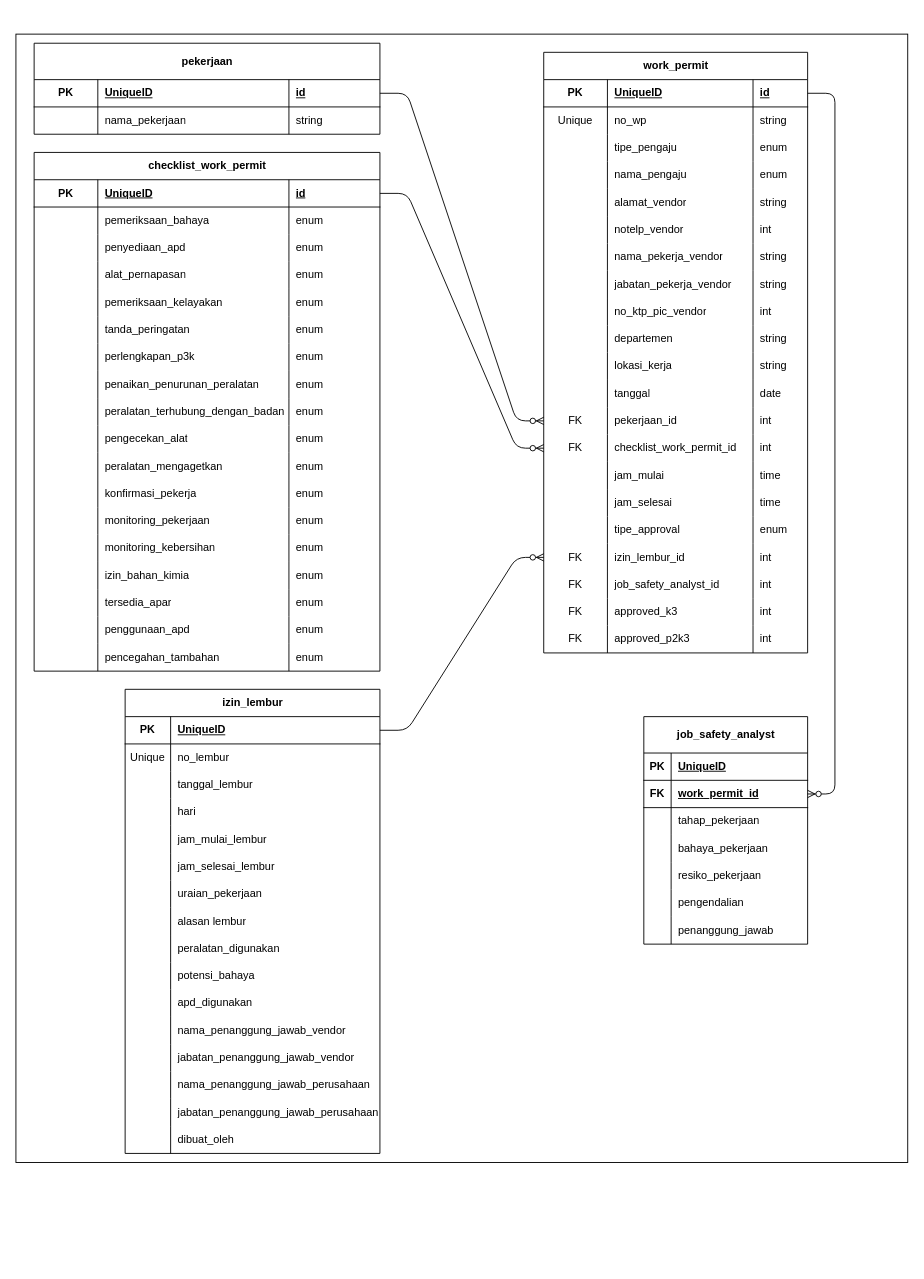
Earlier version of the draw.io diagram erd.drawio (Okaarunn/k3-jayamas). Source tidied: cells renumbered, new cells numbered last; positions are measured from the earlier drawing's top-left corner, leaving out a move shared by most shapes. Both pictures are drawn from the tidied source at 91%, with x=0, y=0 at pixel (15, 20).
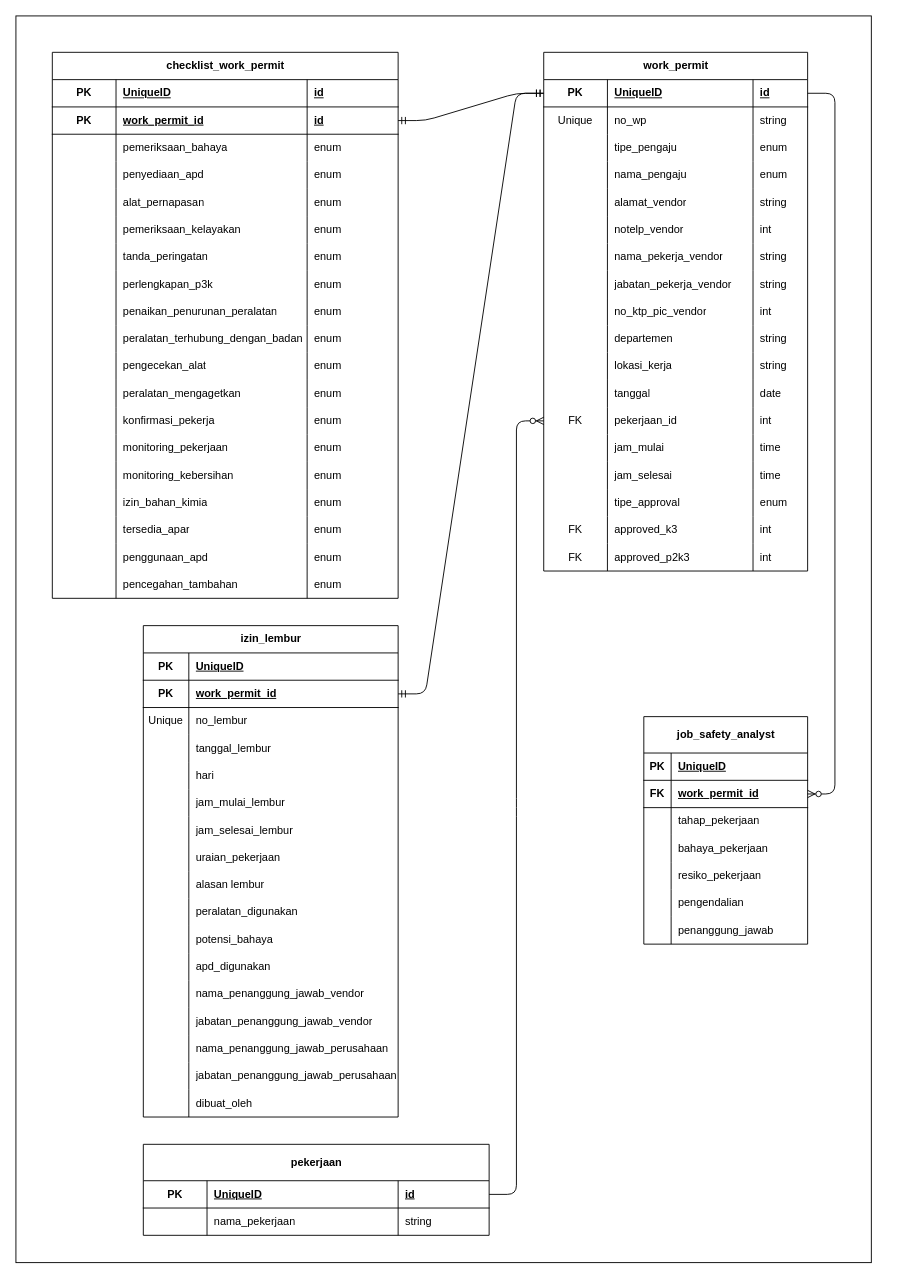
Above is the later version.

The change refers to these unchanged cells:
```xml
<mxCell id="4" style="shape=tableRow;horizontal=0;startSize=0;swimlaneHead=0;swimlaneBody=0;fillColor=none;points=[[0,0.5],[1,0.5]];portConstraint=eastwest;top=0;left=0;right=0;bottom=1;" parent="3" vertex="1">
  <mxGeometry y="30" width="280" height="30" as="geometry" />
</mxCell>
<mxCell id="62" style="shape=tableRow;horizontal=0;startSize=0;swimlaneHead=0;swimlaneBody=0;fillColor=none;points=[[0,0.5],[1,0.5]];portConstraint=eastwest;top=0;left=0;right=0;bottom=1;" parent="61" vertex="1">
  <mxGeometry y="30" width="380" height="30" as="geometry" />
</mxCell>
<mxCell id="135" style="shape=tableRow;horizontal=0;startSize=0;swimlaneHead=0;swimlaneBody=0;fillColor=none;points=[[0,0.5],[1,0.5]];portConstraint=eastwest;top=0;left=0;right=0;bottom=1;" parent="134" vertex="1">
  <mxGeometry y="30" width="290" height="30" as="geometry" />
</mxCell>
```

What changed in the source:
```diff
@@
     <mxCell id="2" style="rounded=0;whiteSpace=wrap;html=1;" parent="1" vertex="1">
-      <mxGeometry y="15" width="980" height="1240" as="geometry" />
+      <mxGeometry y="-5" width="940" height="1370" as="geometry" />
     </mxCell>
     <mxCell id="3" value="izin_lembur" style="shape=table;startSize=30;childLayout=tableLayout;rowLines=0;fontStyle=1;align=center;html=1;" parent="1" vertex="1">
-      <mxGeometry x="120" y="735" width="280" height="510" as="geometry" />
+      <mxGeometry x="140" y="665" width="280" height="540" as="geometry" />
     </mxCell>
@@
+    <mxCell id="245" style="shape=tableRow;horizontal=0;startSize=0;swimlaneHead=0;swimlaneBody=0;fillColor=none;points=[[0,0.5],[1,0.5]];portConstraint=eastwest;top=0;left=0;right=0;bottom=1;" parent="3" vertex="1">
+      <mxGeometry y="60" width="280" height="30" as="geometry" />
+    </mxCell>
+    <mxCell id="246" value="PK" style="shape=partialRectangle;fillColor=none;top=0;left=0;bottom=0;right=0;fontStyle=1;overflow=hidden;whiteSpace=wrap;html=1;" parent="245" vertex="1">
+      <mxGeometry width="50" height="30" as="geometry" />
+    </mxCell>
+    <mxCell id="247" value="work_permit_id" style="shape=partialRectangle;fillColor=none;top=0;left=0;bottom=0;right=0;align=left;spacingLeft=6;fontStyle=5;overflow=hidden;whiteSpace=wrap;html=1;" parent="245" vertex="1">
+      <mxGeometry x="50" width="230" height="30" as="geometry" />
+    </mxCell>
     <mxCell id="7" style="shape=tableRow;horizontal=0;startSize=0;swimlaneHead=0;swimlaneBody=0;fillColor=none;top=0;left=0;right=0;bottom=0;" parent="3" vertex="1">
-      <mxGeometry y="60" width="280" height="30" as="geometry" />
+      <mxGeometry y="90" width="280" height="30" as="geometry" />
     </mxCell>
@@
     <mxCell id="10" style="shape=tableRow;horizontal=0;startSize=0;swimlaneHead=0;swimlaneBody=0;fillColor=none;top=0;left=0;right=0;bottom=0;" parent="3" vertex="1">
-      <mxGeometry y="90" width="280" height="30" as="geometry" />
+      <mxGeometry y="120" width="280" height="30" as="geometry" />
     </mxCell>
@@
     <mxCell id="13" style="shape=tableRow;horizontal=0;startSize=0;swimlaneHead=0;swimlaneBody=0;fillColor=none;top=0;left=0;right=0;bottom=0;" parent="3" vertex="1">
-      <mxGeometry y="120" width="280" height="30" as="geometry" />
+      <mxGeometry y="150" width="280" height="30" as="geometry" />
     </mxCell>
@@
     <mxCell id="16" style="shape=tableRow;horizontal=0;startSize=0;swimlaneHead=0;swimlaneBody=0;fillColor=none;top=0;left=0;right=0;bottom=0;" parent="3" vertex="1">
-      <mxGeometry y="150" width="280" height="30" as="geometry" />
+      <mxGeometry y="180" width="280" height="30" as="geometry" />
     </mxCell>
@@
     <mxCell id="19" style="shape=tableRow;horizontal=0;startSize=0;swimlaneHead=0;swimlaneBody=0;fillColor=none;top=0;left=0;right=0;bottom=0;" parent="3" vertex="1">
-      <mxGeometry y="180" width="280" height="30" as="geometry" />
+      <mxGeometry y="210" width="280" height="30" as="geometry" />
     </mxCell>
@@
     <mxCell id="22" style="shape=tableRow;horizontal=0;startSize=0;swimlaneHead=0;swimlaneBody=0;fillColor=none;top=0;left=0;right=0;bottom=0;" parent="3" vertex="1">
-      <mxGeometry y="210" width="280" height="30" as="geometry" />
+      <mxGeometry y="240" width="280" height="30" as="geometry" />
     </mxCell>
@@
     <mxCell id="25" style="shape=tableRow;horizontal=0;startSize=0;swimlaneHead=0;swimlaneBody=0;fillColor=none;top=0;left=0;right=0;bottom=0;" parent="3" vertex="1">
-      <mxGeometry y="240" width="280" height="30" as="geometry" />
+      <mxGeometry y="270" width="280" height="30" as="geometry" />
     </mxCell>
@@
     <mxCell id="28" style="shape=tableRow;horizontal=0;startSize=0;swimlaneHead=0;swimlaneBody=0;fillColor=none;top=0;left=0;right=0;bottom=0;" parent="3" vertex="1">
-      <mxGeometry y="270" width="280" height="30" as="geometry" />
+      <mxGeometry y="300" width="280" height="30" as="geometry" />
     </mxCell>
@@
     <mxCell id="31" style="shape=tableRow;horizontal=0;startSize=0;swimlaneHead=0;swimlaneBody=0;fillColor=none;top=0;left=0;right=0;bottom=0;" parent="3" vertex="1">
-      <mxGeometry y="300" width="280" height="30" as="geometry" />
+      <mxGeometry y="330" width="280" height="30" as="geometry" />
     </mxCell>
@@
     <mxCell id="34" style="shape=tableRow;horizontal=0;startSize=0;swimlaneHead=0;swimlaneBody=0;fillColor=none;top=0;left=0;right=0;bottom=0;" parent="3" vertex="1">
-      <mxGeometry y="330" width="280" height="30" as="geometry" />
+      <mxGeometry y="360" width="280" height="30" as="geometry" />
     </mxCell>
@@
     <mxCell id="37" style="shape=tableRow;horizontal=0;startSize=0;swimlaneHead=0;swimlaneBody=0;fillColor=none;top=0;left=0;right=0;bottom=0;" parent="3" vertex="1">
-      <mxGeometry y="360" width="280" height="30" as="geometry" />
+      <mxGeometry y="390" width="280" height="30" as="geometry" />
     </mxCell>
@@
     <mxCell id="40" style="shape=tableRow;horizontal=0;startSize=0;swimlaneHead=0;swimlaneBody=0;fillColor=none;top=0;left=0;right=0;bottom=0;" parent="3" vertex="1">
-      <mxGeometry y="390" width="280" height="30" as="geometry" />
+      <mxGeometry y="420" width="280" height="30" as="geometry" />
     </mxCell>
@@
     <mxCell id="43" style="shape=tableRow;horizontal=0;startSize=0;swimlaneHead=0;swimlaneBody=0;fillColor=none;top=0;left=0;right=0;bottom=0;" parent="3" vertex="1">
-      <mxGeometry y="420" width="280" height="30" as="geometry" />
+      <mxGeometry y="450" width="280" height="30" as="geometry" />
     </mxCell>
@@
     <mxCell id="46" style="shape=tableRow;horizontal=0;startSize=0;swimlaneHead=0;swimlaneBody=0;fillColor=none;top=0;left=0;right=0;bottom=0;" parent="3" vertex="1">
-      <mxGeometry y="450" width="280" height="30" as="geometry" />
+      <mxGeometry y="480" width="280" height="30" as="geometry" />
     </mxCell>
@@
     <mxCell id="49" style="shape=tableRow;horizontal=0;startSize=0;swimlaneHead=0;swimlaneBody=0;fillColor=none;top=0;left=0;right=0;bottom=0;" parent="3" vertex="1">
-      <mxGeometry y="480" width="280" height="30" as="geometry" />
+      <mxGeometry y="510" width="280" height="30" as="geometry" />
     </mxCell>
@@
     <mxCell id="52" value="pekerjaan" style="shape=table;startSize=40;childLayout=tableLayout;rowLines=0;fontStyle=1;align=center;html=1;" parent="1" vertex="1">
-      <mxGeometry x="20" y="25" width="380" height="100" as="geometry" />
+      <mxGeometry x="140" y="1235" width="380" height="100" as="geometry" />
     </mxCell>
@@
     <mxCell id="61" value="checklist_work_permit" style="shape=table;startSize=30;childLayout=tableLayout;rowLines=0;fontStyle=1;align=center;html=1;" parent="1" vertex="1">
-      <mxGeometry x="20" y="145" width="380" height="570" as="geometry" />
+      <mxGeometry x="40" y="35" width="380" height="600" as="geometry" />
     </mxCell>
@@
+    <mxCell id="248" style="shape=tableRow;horizontal=0;startSize=0;swimlaneHead=0;swimlaneBody=0;fillColor=none;points=[[0,0.5],[1,0.5]];portConstraint=eastwest;top=0;left=0;right=0;bottom=1;" parent="61" vertex="1">
+      <mxGeometry y="60" width="380" height="30" as="geometry" />
+    </mxCell>
+    <mxCell id="249" value="PK" style="shape=partialRectangle;fillColor=none;top=0;left=0;bottom=0;right=0;fontStyle=1;overflow=hidden;whiteSpace=wrap;html=1;" parent="248" vertex="1">
+      <mxGeometry width="70" height="30" as="geometry" />
+    </mxCell>
+    <mxCell id="250" value="work_permit_id" style="shape=partialRectangle;fillColor=none;top=0;left=0;bottom=0;right=0;align=left;spacingLeft=6;fontStyle=5;overflow=hidden;whiteSpace=wrap;html=1;" parent="248" vertex="1">
+      <mxGeometry x="70" width="210" height="30" as="geometry" />
+    </mxCell>
+    <mxCell id="251" value="id" style="shape=partialRectangle;fillColor=none;top=0;left=0;bottom=0;right=0;align=left;spacingLeft=6;fontStyle=5;overflow=hidden;whiteSpace=wrap;html=1;" parent="248" vertex="1">
+      <mxGeometry x="280" width="100" height="30" as="geometry" />
+    </mxCell>
     <mxCell id="66" style="shape=tableRow;horizontal=0;startSize=0;swimlaneHead=0;swimlaneBody=0;fillColor=none;top=0;left=0;right=0;bottom=0;" parent="61" vertex="1">
-      <mxGeometry y="60" width="380" height="30" as="geometry" />
+      <mxGeometry y="90" width="380" height="30" as="geometry" />
     </mxCell>
@@
     <mxCell id="70" style="shape=tableRow;horizontal=0;startSize=0;swimlaneHead=0;swimlaneBody=0;fillColor=none;top=0;left=0;right=0;bottom=0;" parent="61" vertex="1">
-      <mxGeometry y="90" width="380" height="30" as="geometry" />
+      <mxGeometry y="120" width="380" height="30" as="geometry" />
     </mxCell>
@@
     <mxCell id="74" style="shape=tableRow;horizontal=0;startSize=0;swimlaneHead=0;swimlaneBody=0;fillColor=none;top=0;left=0;right=0;bottom=0;" parent="61" vertex="1">
-      <mxGeometry y="120" width="380" height="30" as="geometry" />
+      <mxGeometry y="150" width="380" height="30" as="geometry" />
     </mxCell>
@@
     <mxCell id="78" style="shape=tableRow;horizontal=0;startSize=0;swimlaneHead=0;swimlaneBody=0;fillColor=none;top=0;left=0;right=0;bottom=0;" parent="61" vertex="1">
-      <mxGeometry y="150" width="380" height="30" as="geometry" />
+      <mxGeometry y="180" width="380" height="30" as="geometry" />
     </mxCell>
@@
     <mxCell id="82" style="shape=tableRow;horizontal=0;startSize=0;swimlaneHead=0;swimlaneBody=0;fillColor=none;top=0;left=0;right=0;bottom=0;" parent="61" vertex="1">
-      <mxGeometry y="180" width="380" height="30" as="geometry" />
+      <mxGeometry y="210" width="380" height="30" as="geometry" />
     </mxCell>
@@
     <mxCell id="86" style="shape=tableRow;horizontal=0;startSize=0;swimlaneHead=0;swimlaneBody=0;fillColor=none;top=0;left=0;right=0;bottom=0;" parent="61" vertex="1">
-      <mxGeometry y="210" width="380" height="30" as="geometry" />
+      <mxGeometry y="240" width="380" height="30" as="geometry" />
     </mxCell>
@@
     <mxCell id="90" style="shape=tableRow;horizontal=0;startSize=0;swimlaneHead=0;swimlaneBody=0;fillColor=none;top=0;left=0;right=0;bottom=0;" parent="61" vertex="1">
-      <mxGeometry y="240" width="380" height="30" as="geometry" />
+      <mxGeometry y="270" width="380" height="30" as="geometry" />
     </mxCell>
@@
     <mxCell id="94" style="shape=tableRow;horizontal=0;startSize=0;swimlaneHead=0;swimlaneBody=0;fillColor=none;top=0;left=0;right=0;bottom=0;" parent="61" vertex="1">
-      <mxGeometry y="270" width="380" height="30" as="geometry" />
+      <mxGeometry y="300" width="380" height="30" as="geometry" />
     </mxCell>
@@
     <mxCell id="98" style="shape=tableRow;horizontal=0;startSize=0;swimlaneHead=0;swimlaneBody=0;fillColor=none;top=0;left=0;right=0;bottom=0;" parent="61" vertex="1">
-      <mxGeometry y="300" width="380" height="30" as="geometry" />
+      <mxGeometry y="330" width="380" height="30" as="geometry" />
     </mxCell>
@@
     <mxCell id="102" style="shape=tableRow;horizontal=0;startSize=0;swimlaneHead=0;swimlaneBody=0;fillColor=none;top=0;left=0;right=0;bottom=0;" parent="61" vertex="1">
-      <mxGeometry y="330" width="380" height="30" as="geometry" />
+      <mxGeometry y="360" width="380" height="30" as="geometry" />
     </mxCell>
@@
     <mxCell id="106" style="shape=tableRow;horizontal=0;startSize=0;swimlaneHead=0;swimlaneBody=0;fillColor=none;top=0;left=0;right=0;bottom=0;" parent="61" vertex="1">
-      <mxGeometry y="360" width="380" height="30" as="geometry" />
+      <mxGeometry y="390" width="380" height="30" as="geometry" />
     </mxCell>
@@
     <mxCell id="110" style="shape=tableRow;horizontal=0;startSize=0;swimlaneHead=0;swimlaneBody=0;fillColor=none;top=0;left=0;right=0;bottom=0;" parent="61" vertex="1">
-      <mxGeometry y="390" width="380" height="30" as="geometry" />
+      <mxGeometry y="420" width="380" height="30" as="geometry" />
     </mxCell>
@@
     <mxCell id="114" style="shape=tableRow;horizontal=0;startSize=0;swimlaneHead=0;swimlaneBody=0;fillColor=none;top=0;left=0;right=0;bottom=0;" parent="61" vertex="1">
-      <mxGeometry y="420" width="380" height="30" as="geometry" />
+      <mxGeometry y="450" width="380" height="30" as="geometry" />
     </mxCell>
@@
     <mxCell id="118" style="shape=tableRow;horizontal=0;startSize=0;swimlaneHead=0;swimlaneBody=0;fillColor=none;top=0;left=0;right=0;bottom=0;" parent="61" vertex="1">
-      <mxGeometry y="450" width="380" height="30" as="geometry" />
+      <mxGeometry y="480" width="380" height="30" as="geometry" />
     </mxCell>
@@
     <mxCell id="122" style="shape=tableRow;horizontal=0;startSize=0;swimlaneHead=0;swimlaneBody=0;fillColor=none;top=0;left=0;right=0;bottom=0;" parent="61" vertex="1">
-      <mxGeometry y="480" width="380" height="30" as="geometry" />
+      <mxGeometry y="510" width="380" height="30" as="geometry" />
     </mxCell>
@@
     <mxCell id="126" style="shape=tableRow;horizontal=0;startSize=0;swimlaneHead=0;swimlaneBody=0;fillColor=none;top=0;left=0;right=0;bottom=0;" parent="61" vertex="1">
-      <mxGeometry y="510" width="380" height="30" as="geometry" />
+      <mxGeometry y="540" width="380" height="30" as="geometry" />
     </mxCell>
@@
     <mxCell id="130" style="shape=tableRow;horizontal=0;startSize=0;swimlaneHead=0;swimlaneBody=0;fillColor=none;top=0;left=0;right=0;bottom=0;" parent="61" vertex="1">
-      <mxGeometry y="540" width="380" height="30" as="geometry" />
+      <mxGeometry y="570" width="380" height="30" as="geometry" />
     </mxCell>
@@
     <mxCell id="134" value="work_permit" style="shape=table;startSize=30;childLayout=tableLayout;rowLines=0;fontStyle=1;align=center;html=1;" parent="1" vertex="1">
-      <mxGeometry x="580" y="35" width="290" height="660" as="geometry" />
+      <mxGeometry x="580" y="35" width="290" height="570" as="geometry" />
     </mxCell>
@@
-    <mxCell id="187" style="shape=tableRow;horizontal=0;startSize=0;swimlaneHead=0;swimlaneBody=0;fillColor=none;points=[[0,0.5],[1,0.5]];portConstraint=eastwest;top=0;left=0;right=0;bottom=0;" parent="134" vertex="1">
-      <mxGeometry y="420" width="290" height="30" as="geometry" />
-    </mxCell>
-    <mxCell id="188" value="&lt;span style=&quot;color: rgb(0, 0, 0);&quot;&gt;FK&lt;/span&gt;" style="shape=partialRectangle;fillColor=none;top=0;left=0;bottom=0;right=0;overflow=hidden;whiteSpace=wrap;html=1;" parent="187" vertex="1">
-      <mxGeometry width="70" height="30" as="geometry" />
-    </mxCell>
-    <mxCell id="189" value="checklist_work_permit_id" style="shape=partialRectangle;fillColor=none;top=0;left=0;bottom=0;right=0;align=left;spacingLeft=6;overflow=hidden;whiteSpace=wrap;html=1;" parent="187" vertex="1">
-      <mxGeometry x="70" width="160" height="30" as="geometry" />
-    </mxCell>
-    <mxCell id="190" value="&lt;span style=&quot;color: rgb(0, 0, 0);&quot;&gt;int&lt;/span&gt;" style="shape=partialRectangle;fillColor=none;top=0;left=0;bottom=0;right=0;align=left;spacingLeft=6;overflow=hidden;whiteSpace=wrap;html=1;" parent="187" vertex="1">
-      <mxGeometry x="230" width="60" height="30" as="geometry" />
-    </mxCell>
     <mxCell id="191" style="shape=tableRow;horizontal=0;startSize=0;swimlaneHead=0;swimlaneBody=0;fillColor=none;top=0;left=0;right=0;bottom=0;" parent="134" vertex="1">
-      <mxGeometry y="450" width="290" height="30" as="geometry" />
+      <mxGeometry y="420" width="290" height="30" as="geometry" />
     </mxCell>
@@
     <mxCell id="195" style="shape=tableRow;horizontal=0;startSize=0;swimlaneHead=0;swimlaneBody=0;fillColor=none;top=0;left=0;right=0;bottom=0;" parent="134" vertex="1">
-      <mxGeometry y="480" width="290" height="30" as="geometry" />
+      <mxGeometry y="450" width="290" height="30" as="geometry" />
     </mxCell>
@@
     <mxCell id="199" style="shape=tableRow;horizontal=0;startSize=0;swimlaneHead=0;swimlaneBody=0;fillColor=none;top=0;left=0;right=0;bottom=0;" parent="134" vertex="1">
-      <mxGeometry y="510" width="290" height="30" as="geometry" />
+      <mxGeometry y="480" width="290" height="30" as="geometry" />
     </mxCell>
@@
-    <mxCell id="203" style="shape=tableRow;horizontal=0;startSize=0;swimlaneHead=0;swimlaneBody=0;fillColor=none;points=[[0,0.5],[1,0.5]];portConstraint=eastwest;top=0;left=0;right=0;bottom=0;" parent="134" vertex="1">
-      <mxGeometry y="540" width="290" height="30" as="geometry" />
-    </mxCell>
-    <mxCell id="204" value="&lt;span style=&quot;color: rgb(0, 0, 0);&quot;&gt;FK&lt;/span&gt;" style="shape=partialRectangle;fillColor=none;top=0;left=0;bottom=0;right=0;overflow=hidden;whiteSpace=wrap;html=1;" parent="203" vertex="1">
-      <mxGeometry width="70" height="30" as="geometry" />
-    </mxCell>
-    <mxCell id="205" value="izin_lembur_id" style="shape=partialRectangle;fillColor=none;top=0;left=0;bottom=0;right=0;align=left;spacingLeft=6;overflow=hidden;whiteSpace=wrap;html=1;" parent="203" vertex="1">
-      <mxGeometry x="70" width="160" height="30" as="geometry" />
-    </mxCell>
-    <mxCell id="206" value="&lt;span style=&quot;color: rgb(0, 0, 0);&quot;&gt;int&lt;/span&gt;" style="shape=partialRectangle;fillColor=none;top=0;left=0;bottom=0;right=0;align=left;spacingLeft=6;overflow=hidden;whiteSpace=wrap;html=1;" parent="203" vertex="1">
-      <mxGeometry x="230" width="60" height="30" as="geometry" />
-    </mxCell>
-    <mxCell id="207" style="shape=tableRow;horizontal=0;startSize=0;swimlaneHead=0;swimlaneBody=0;fillColor=none;top=0;left=0;right=0;bottom=0;" parent="134" vertex="1">
-      <mxGeometry y="570" width="290" height="30" as="geometry" />
-    </mxCell>
-    <mxCell id="208" value="&lt;span style=&quot;color: rgb(0, 0, 0);&quot;&gt;FK&lt;/span&gt;" style="shape=partialRectangle;fillColor=none;top=0;left=0;bottom=0;right=0;overflow=hidden;whiteSpace=wrap;html=1;" parent="207" vertex="1">
-      <mxGeometry width="70" height="30" as="geometry" />
-    </mxCell>
-    <mxCell id="209" value="job_safety_analyst_id" style="shape=partialRectangle;fillColor=none;top=0;left=0;bottom=0;right=0;align=left;spacingLeft=6;overflow=hidden;whiteSpace=wrap;html=1;" parent="207" vertex="1">
-      <mxGeometry x="70" width="160" height="30" as="geometry" />
-    </mxCell>
-    <mxCell id="210" value="&lt;span style=&quot;color: rgb(0, 0, 0);&quot;&gt;int&lt;/span&gt;" style="shape=partialRectangle;fillColor=none;top=0;left=0;bottom=0;right=0;align=left;spacingLeft=6;overflow=hidden;whiteSpace=wrap;html=1;" parent="207" vertex="1">
-      <mxGeometry x="230" width="60" height="30" as="geometry" />
-    </mxCell>
     <mxCell id="211" style="shape=tableRow;horizontal=0;startSize=0;swimlaneHead=0;swimlaneBody=0;fillColor=none;top=0;left=0;right=0;bottom=0;" parent="134" vertex="1">
-      <mxGeometry y="600" width="290" height="30" as="geometry" />
+      <mxGeometry y="510" width="290" height="30" as="geometry" />
     </mxCell>
@@
     <mxCell id="215" style="shape=tableRow;horizontal=0;startSize=0;swimlaneHead=0;swimlaneBody=0;fillColor=none;top=0;left=0;right=0;bottom=0;" parent="134" vertex="1">
-      <mxGeometry y="630" width="290" height="30" as="geometry" />
+      <mxGeometry y="540" width="290" height="30" as="geometry" />
     </mxCell>
@@
-    <mxCell id="220" style="edgeStyle=entityRelationEdgeStyle;fontSize=12;html=1;endArrow=ERzeroToMany;endFill=1;exitX=1;exitY=0.5;exitDx=0;exitDy=0;entryX=0;entryY=0.5;entryDx=0;entryDy=0;" parent="1" edge="1" source="62" target="187">
-      <mxGeometry relative="1" as="geometry" />
-    </mxCell>
-    <mxCell id="221" style="edgeStyle=entityRelationEdgeStyle;fontSize=12;html=1;endArrow=ERzeroToMany;endFill=1;exitX=1;exitY=0.5;exitDx=0;exitDy=0;entryX=0;entryY=0.5;entryDx=0;entryDy=0;" parent="1" edge="1" source="4" target="203">
-      <mxGeometry relative="1" as="geometry" />
-    </mxCell>
@@
+    <mxCell id="252" style="edgeStyle=entityRelationEdgeStyle;fontSize=12;html=1;endArrow=ERmandOne;startArrow=ERmandOne;entryX=0;entryY=0.5;entryDx=0;entryDy=0;exitX=1;exitY=0.5;exitDx=0;exitDy=0;" parent="1" edge="1" source="245" target="135">
+      <mxGeometry relative="1" as="geometry" />
+    </mxCell>
+    <mxCell id="253" style="edgeStyle=entityRelationEdgeStyle;fontSize=12;html=1;endArrow=ERmandOne;startArrow=ERmandOne;entryX=0;entryY=0.5;entryDx=0;entryDy=0;exitX=1;exitY=0.5;exitDx=0;exitDy=0;" parent="1" edge="1" source="248" target="135">
+      <mxGeometry relative="1" as="geometry" />
+    </mxCell>
```
